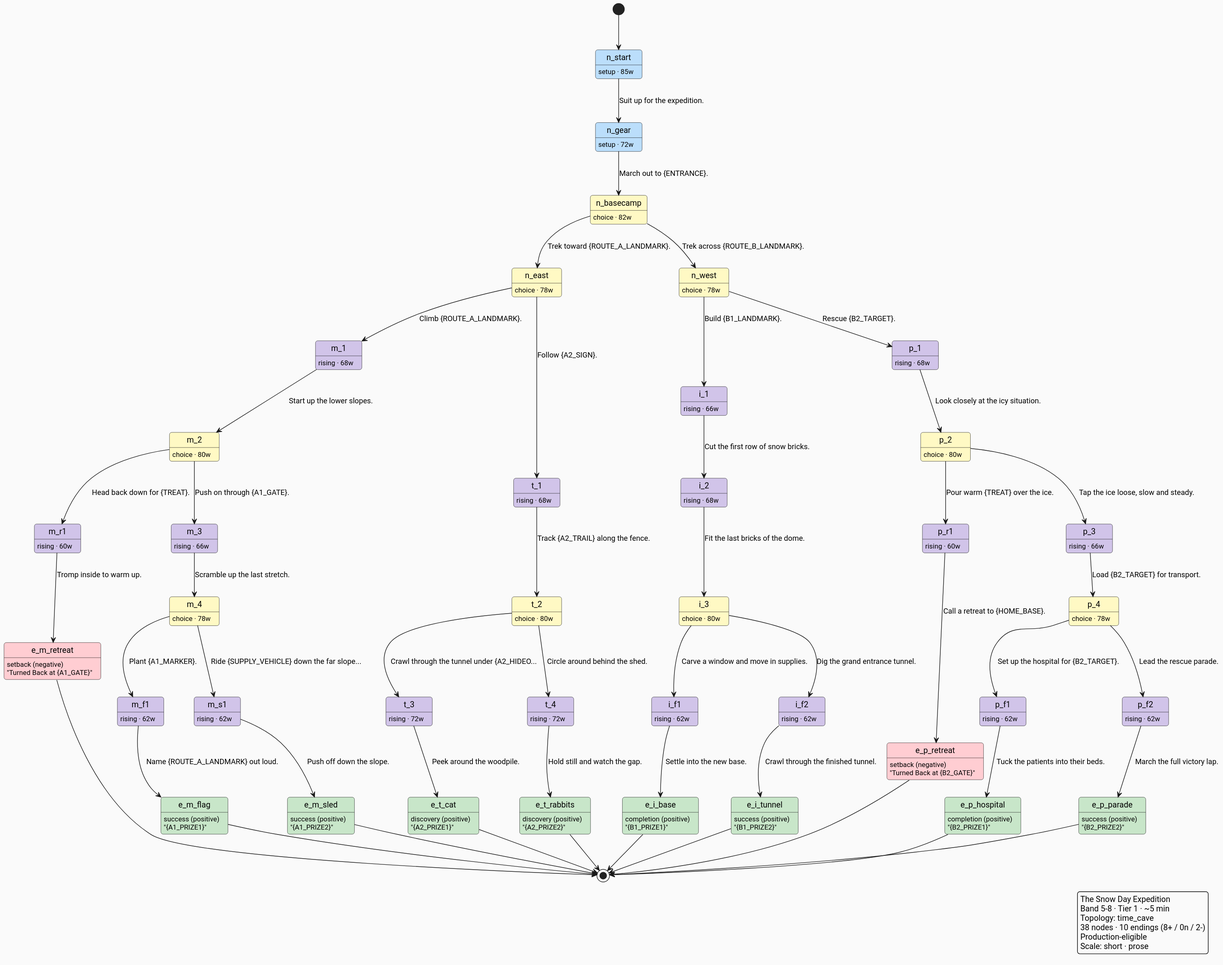
This is docs/architecture/diagrams/skeletons/5-8/the-snow-day-expedition.svg from ByronWilliamsCPA/cyo-adventure, a PlantUML export, as it was before one commit. Its diagram source:
```plantuml
@startuml
skinparam defaultFontName "Roboto"
skinparam backgroundColor #FAFAFA
skinparam roundCorner 8
hide empty description

[*] --> n_start
state n_start #BBDEFB
n_start : setup · 85w
state n_gear #BBDEFB
n_gear : setup · 72w
state n_basecamp #FFF9C4
n_basecamp : choice · 82w
state n_east #FFF9C4
n_east : choice · 78w
state n_west #FFF9C4
n_west : choice · 78w
state m_1 #D1C4E9
m_1 : rising · 68w
state m_2 #FFF9C4
m_2 : choice · 80w
state m_r1 #D1C4E9
m_r1 : rising · 60w
state e_m_retreat #FFCDD2
e_m_retreat : setback (negative)
e_m_retreat : "Turned Back at {A1_GATE}"
state m_3 #D1C4E9
m_3 : rising · 66w
state m_4 #FFF9C4
m_4 : choice · 78w
state m_f1 #D1C4E9
m_f1 : rising · 62w
state e_m_flag #C8E6C9
e_m_flag : success (positive)
e_m_flag : "{A1_PRIZE1}"
state m_s1 #D1C4E9
m_s1 : rising · 62w
state e_m_sled #C8E6C9
e_m_sled : success (positive)
e_m_sled : "{A1_PRIZE2}"
state t_1 #D1C4E9
t_1 : rising · 68w
state t_2 #FFF9C4
t_2 : choice · 80w
state t_3 #D1C4E9
t_3 : rising · 72w
state e_t_cat #C8E6C9
e_t_cat : discovery (positive)
e_t_cat : "{A2_PRIZE1}"
state t_4 #D1C4E9
t_4 : rising · 72w
state e_t_rabbits #C8E6C9
e_t_rabbits : discovery (positive)
e_t_rabbits : "{A2_PRIZE2}"
state i_1 #D1C4E9
i_1 : rising · 66w
state i_2 #D1C4E9
i_2 : rising · 68w
state i_3 #FFF9C4
i_3 : choice · 80w
state i_f1 #D1C4E9
i_f1 : rising · 62w
state e_i_base #C8E6C9
e_i_base : completion (positive)
e_i_base : "{B1_PRIZE1}"
state i_f2 #D1C4E9
i_f2 : rising · 62w
state e_i_tunnel #C8E6C9
e_i_tunnel : success (positive)
e_i_tunnel : "{B1_PRIZE2}"
state p_1 #D1C4E9
p_1 : rising · 68w
state p_2 #FFF9C4
p_2 : choice · 80w
state p_r1 #D1C4E9
p_r1 : rising · 60w
state e_p_retreat #FFCDD2
e_p_retreat : setback (negative)
e_p_retreat : "Turned Back at {B2_GATE}"
state p_3 #D1C4E9
p_3 : rising · 66w
state p_4 #FFF9C4
p_4 : choice · 78w
state p_f1 #D1C4E9
p_f1 : rising · 62w
state e_p_hospital #C8E6C9
e_p_hospital : completion (positive)
e_p_hospital : "{B2_PRIZE1}"
state p_f2 #D1C4E9
p_f2 : rising · 62w
state e_p_parade #C8E6C9
e_p_parade : success (positive)
e_p_parade : "{B2_PRIZE2}"
n_start --> n_gear : Suit up for the expedition.
n_gear --> n_basecamp : March out to {ENTRANCE}.
n_basecamp --> n_east : Trek toward {ROUTE_A_LANDMARK}.
n_basecamp --> n_west : Trek across {ROUTE_B_LANDMARK}.
n_east --> m_1 : Climb {ROUTE_A_LANDMARK}.
n_east --> t_1 : Follow {A2_SIGN}.
n_west --> i_1 : Build {B1_LANDMARK}.
n_west --> p_1 : Rescue {B2_TARGET}.
m_1 --> m_2 : Start up the lower slopes.
m_2 --> m_3 : Push on through {A1_GATE}.
m_2 --> m_r1 : Head back down for {TREAT}.
m_r1 --> e_m_retreat : Tromp inside to warm up.
m_3 --> m_4 : Scramble up the last stretch.
m_4 --> m_f1 : Plant {A1_MARKER}.
m_4 --> m_s1 : Ride {SUPPLY_VEHICLE} down the far slope...
m_f1 --> e_m_flag : Name {ROUTE_A_LANDMARK} out loud.
m_s1 --> e_m_sled : Push off down the slope.
t_1 --> t_2 : Track {A2_TRAIL} along the fence.
t_2 --> t_3 : Crawl through the tunnel under {A2_HIDEO...
t_2 --> t_4 : Circle around behind the shed.
t_3 --> e_t_cat : Peek around the woodpile.
t_4 --> e_t_rabbits : Hold still and watch the gap.
i_1 --> i_2 : Cut the first row of snow bricks.
i_2 --> i_3 : Fit the last bricks of the dome.
i_3 --> i_f1 : Carve a window and move in supplies.
i_3 --> i_f2 : Dig the grand entrance tunnel.
i_f1 --> e_i_base : Settle into the new base.
i_f2 --> e_i_tunnel : Crawl through the finished tunnel.
p_1 --> p_2 : Look closely at the icy situation.
p_2 --> p_3 : Tap the ice loose, slow and steady.
p_2 --> p_r1 : Pour warm {TREAT} over the ice.
p_r1 --> e_p_retreat : Call a retreat to {HOME_BASE}.
p_3 --> p_4 : Load {B2_TARGET} for transport.
p_4 --> p_f1 : Set up the hospital for {B2_TARGET}.
p_4 --> p_f2 : Lead the rescue parade.
p_f1 --> e_p_hospital : Tuck the patients into their beds.
p_f2 --> e_p_parade : March the full victory lap.
e_m_retreat --> [*]
e_m_flag --> [*]
e_m_sled --> [*]
e_t_cat --> [*]
e_t_rabbits --> [*]
e_i_base --> [*]
e_i_tunnel --> [*]
e_p_retreat --> [*]
e_p_hospital --> [*]
e_p_parade --> [*]

legend right
  The Snow Day Expedition
  Band 5-8 · Tier 1 · ~5 min
  Topology: time_cave
  38 nodes · 10 endings (8+ / 0n / 2-)
  Production-eligible
  Scale: short · prose
endlegend
@enduml
```
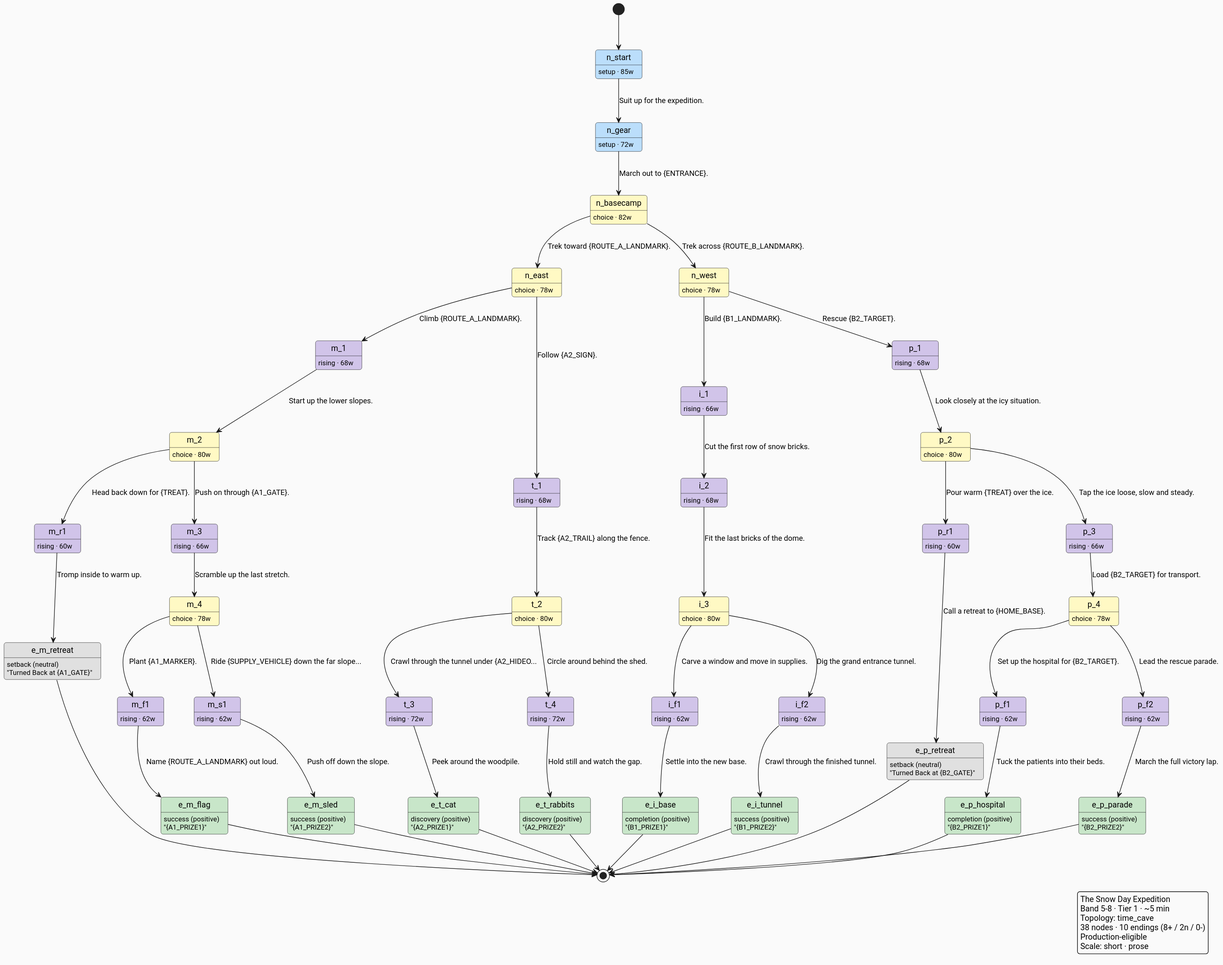
After the change.

Change to the diagram source:
```diff
@@ -21,8 +21,8 @@
 m_2 : choice · 80w
 state m_r1 #D1C4E9
 m_r1 : rising · 60w
-state e_m_retreat #FFCDD2
-e_m_retreat : setback (negative)
+state e_m_retreat #E0E0E0
+e_m_retreat : setback (neutral)
 e_m_retreat : "Turned Back at {A1_GATE}"
 state m_3 #D1C4E9
 m_3 : rising · 66w
@@ -74,8 +74,8 @@
 p_2 : choice · 80w
 state p_r1 #D1C4E9
 p_r1 : rising · 60w
-state e_p_retreat #FFCDD2
-e_p_retreat : setback (negative)
+state e_p_retreat #E0E0E0
+e_p_retreat : setback (neutral)
 e_p_retreat : "Turned Back at {B2_GATE}"
 state p_3 #D1C4E9
 p_3 : rising · 66w
@@ -143,7 +143,7 @@
   The Snow Day Expedition
   Band 5-8 · Tier 1 · ~5 min
   Topology: time_cave
-  38 nodes · 10 endings (8+ / 0n / 2-)
+  38 nodes · 10 endings (8+ / 2n / 0-)
   Production-eligible
   Scale: short · prose
 endlegend
```
